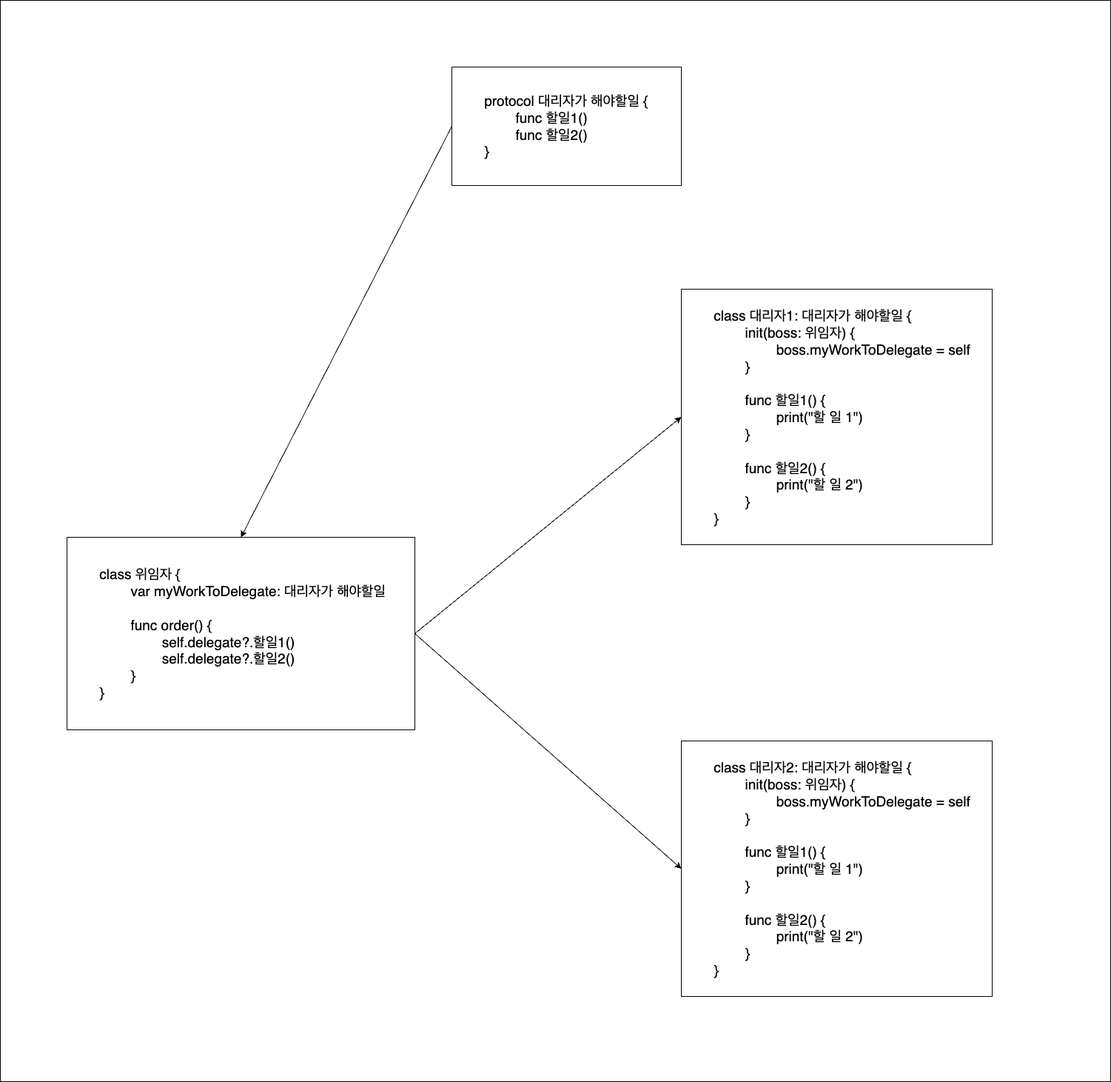
This is DelegatePattern/DelegatePatternPractice.png from KayAhn0126/iOS-Study, a draw.io export, as it was before one commit. Source tidied: cells renumbered, new cells last; positions are measured from the earlier drawing's top-left corner, leaving out a move shared by most shapes.
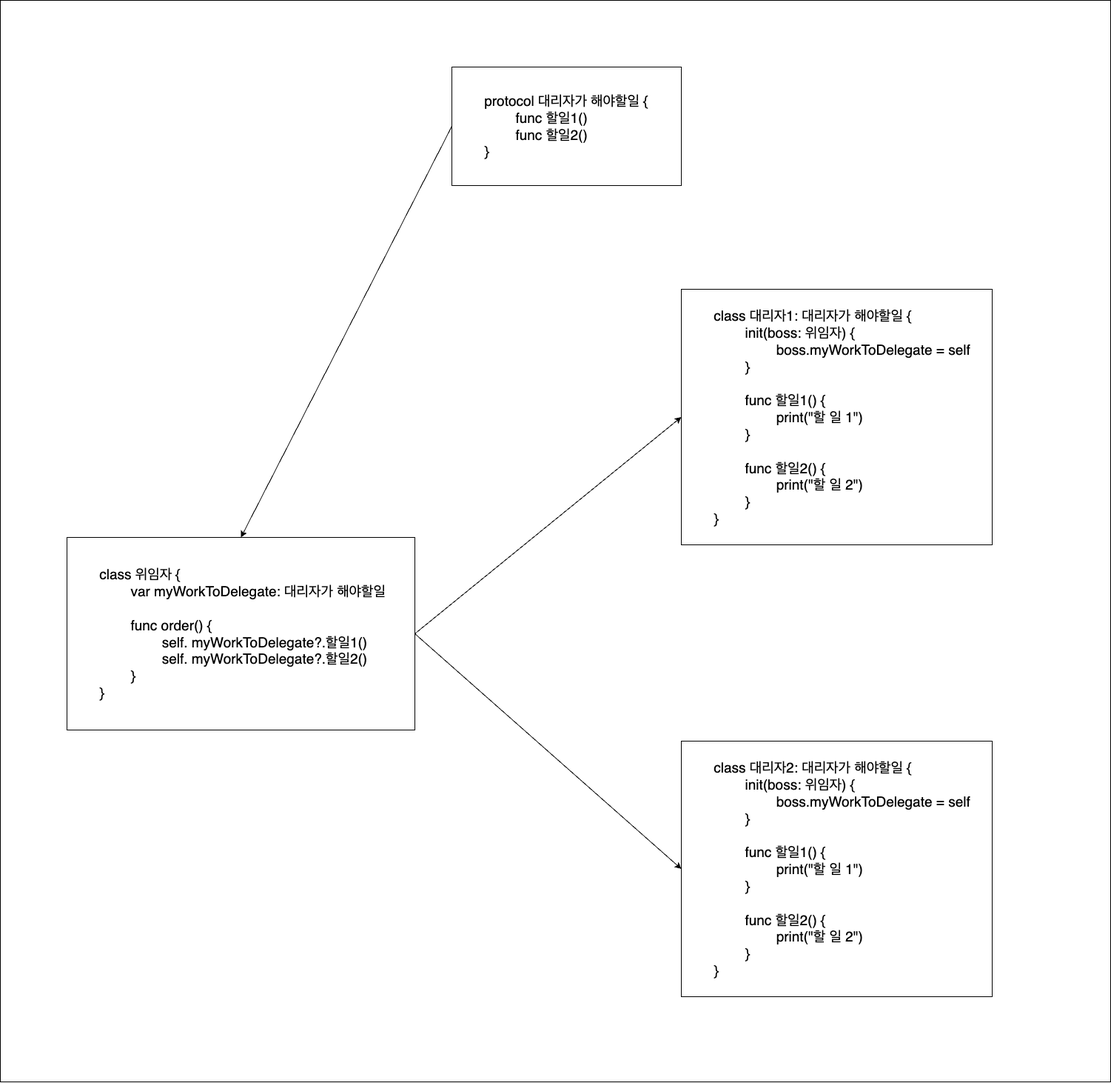
Above is the later version.

Commit message:
refactor: 위임자 클래스 내 오류 수정

Diff of the diagram source:
```diff
@@ -8,7 +8,7 @@
     <mxCell id="3" value="&lt;font style=&quot;font-size: 19px;&quot;&gt;&lt;span style=&quot;white-space: pre;&quot;&gt;&#9;&lt;/span&gt;protocol 대리자가 해야할일 {&lt;br&gt;&lt;span style=&quot;white-space: pre;&quot;&gt;&#9;&lt;span style=&quot;white-space: pre;&quot;&gt;&#9;&lt;/span&gt;&lt;/span&gt;func 할일1()&lt;br&gt;&lt;span style=&quot;white-space: pre;&quot;&gt;&#9;&lt;span style=&quot;white-space: pre;&quot;&gt;&#9;&lt;/span&gt;&lt;/span&gt;func 할일2()&lt;br&gt;&lt;span style=&quot;white-space: pre;&quot;&gt;&#9;&lt;/span&gt;}&lt;/font&gt;" style="rounded=0;whiteSpace=wrap;html=1;align=left;" parent="1" vertex="1">
       <mxGeometry x="610" y="90" width="310" height="160" as="geometry" />
     </mxCell>
-    <mxCell id="4" value="&lt;span style=&quot;white-space: pre;&quot;&gt;&#9;&lt;/span&gt;class 위임자 {&lt;br&gt;&lt;span style=&quot;white-space: pre;&quot;&gt;&#9;&lt;span style=&quot;white-space: pre;&quot;&gt;&#9;&lt;/span&gt;&lt;/span&gt;var myWorkToDelegate: 대리자가 해야할일&lt;br&gt;&lt;span style=&quot;white-space: pre;&quot;&gt;&#9;&lt;/span&gt;&lt;br&gt;&lt;span style=&quot;white-space: pre;&quot;&gt;&#9;&lt;span style=&quot;white-space: pre;&quot;&gt;&#9;&lt;/span&gt;f&lt;/span&gt;unc order() {&lt;br&gt;&lt;span style=&quot;white-space: pre;&quot;&gt;&#9;&lt;/span&gt;&lt;span style=&quot;white-space: pre;&quot;&gt;&#9;&lt;/span&gt;&lt;span style=&quot;white-space: pre;&quot;&gt;&#9;&lt;/span&gt;self.delegate?.할일1()&lt;br&gt;&lt;span style=&quot;white-space: pre;&quot;&gt;&#9;&lt;/span&gt;&lt;span style=&quot;white-space: pre;&quot;&gt;&#9;&lt;/span&gt;&lt;span style=&quot;white-space: pre;&quot;&gt;&#9;&lt;/span&gt;self.delegate?.할일2()&lt;br&gt;&lt;span style=&quot;white-space: pre;&quot;&gt;&#9;&lt;/span&gt;&lt;span style=&quot;white-space: pre;&quot;&gt;&#9;&lt;/span&gt;}&lt;br&gt;&lt;span style=&quot;white-space: pre;&quot;&gt;&#9;&lt;/span&gt;}" style="rounded=0;whiteSpace=wrap;html=1;fontSize=19;align=left;" parent="1" vertex="1">
+    <mxCell id="4" value="&lt;span style=&quot;white-space: pre;&quot;&gt;&#9;&lt;/span&gt;class 위임자 {&lt;br&gt;&lt;span style=&quot;&quot;&gt;&#9;&lt;span style=&quot;&quot;&gt;&#9;&lt;/span&gt;&lt;/span&gt;&lt;span style=&quot;white-space: pre;&quot;&gt;&#9;&lt;span style=&quot;white-space: pre;&quot;&gt;&#9;&lt;/span&gt;&lt;/span&gt;var myWorkToDelegate: 대리자가 해야할일&lt;br&gt;&lt;span style=&quot;&quot;&gt;&#9;&lt;/span&gt;&lt;br&gt;&lt;span style=&quot;&quot;&gt;&#9;&lt;span style=&quot;&quot;&gt;&#9;&lt;/span&gt;&lt;span style=&quot;white-space: pre;&quot;&gt;&#9;&lt;span style=&quot;white-space: pre;&quot;&gt;&#9;&lt;/span&gt;&lt;/span&gt;f&lt;/span&gt;unc order() {&lt;br&gt;&lt;span style=&quot;&quot;&gt;&#9;&lt;/span&gt;&lt;span style=&quot;&quot;&gt;&#9;&lt;/span&gt;&lt;span style=&quot;&quot;&gt;&#9;&lt;/span&gt;&lt;span style=&quot;white-space: pre;&quot;&gt;&#9;&lt;/span&gt;&lt;span style=&quot;white-space: pre;&quot;&gt;&#9;&lt;span style=&quot;white-space: pre;&quot;&gt;&#9;&lt;/span&gt;&lt;/span&gt;self.&amp;nbsp;myWorkToDelegate?.할일1()&lt;br&gt;&lt;span style=&quot;&quot;&gt;&#9;&lt;/span&gt;&lt;span style=&quot;&quot;&gt;&#9;&lt;/span&gt;&lt;span style=&quot;&quot;&gt;&#9;&lt;/span&gt;&lt;span style=&quot;white-space: pre;&quot;&gt;&#9;&lt;/span&gt;&lt;span style=&quot;white-space: pre;&quot;&gt;&#9;&lt;span style=&quot;white-space: pre;&quot;&gt;&#9;&lt;/span&gt;&lt;/span&gt;self.&amp;nbsp;myWorkToDelegate?.할일2()&lt;br&gt;&lt;span style=&quot;&quot;&gt;&#9;&lt;/span&gt;&lt;span style=&quot;&quot;&gt;&#9;&lt;/span&gt;&lt;span style=&quot;white-space: pre;&quot;&gt;&#9;&lt;span style=&quot;white-space: pre;&quot;&gt;&#9;&lt;/span&gt;&lt;/span&gt;}&lt;br&gt;&lt;span style=&quot;white-space: pre;&quot;&gt;&#9;&lt;/span&gt;}" style="rounded=0;whiteSpace=wrap;html=1;fontSize=19;align=left;" parent="1" vertex="1">
       <mxGeometry x="90" y="725" width="470" height="260" as="geometry" />
     </mxCell>
     <mxCell id="5" value="&lt;span style=&quot;white-space: pre;&quot;&gt;&#9;&lt;/span&gt;class 대리자1: 대리자가 해야할일 {&lt;br&gt;&lt;span style=&quot;white-space: pre;&quot;&gt;&#9;&lt;span style=&quot;white-space: pre;&quot;&gt;&#9;&lt;/span&gt;i&lt;/span&gt;nit(boss: 위임자) {&lt;br&gt;&lt;span style=&quot;white-space: pre;&quot;&gt;&#9;&lt;/span&gt;&lt;span style=&quot;white-space: pre;&quot;&gt;&#9;&lt;/span&gt;&lt;span style=&quot;white-space: pre;&quot;&gt;&#9;&lt;/span&gt;boss.myWorkToDelegate = self&lt;br&gt;&lt;span style=&quot;white-space: pre;&quot;&gt;&#9;&lt;/span&gt;&lt;span style=&quot;white-space: pre;&quot;&gt;&#9;&lt;/span&gt;}&lt;br&gt;&lt;span style=&quot;white-space: pre;&quot;&gt;&#9;&lt;/span&gt;&lt;br&gt;&lt;span style=&quot;white-space: pre;&quot;&gt;&#9;&lt;span style=&quot;white-space: pre;&quot;&gt;&#9;&lt;/span&gt;&lt;/span&gt;func 할일1() {&lt;br&gt;&lt;span style=&quot;white-space: pre;&quot;&gt;&#9;&lt;/span&gt;&lt;span style=&quot;white-space: pre;&quot;&gt;&#9;&lt;/span&gt;&lt;span style=&quot;white-space: pre;&quot;&gt;&#9;&lt;/span&gt;print(&quot;할 일 1&quot;)&lt;br&gt;&lt;span style=&quot;white-space: pre;&quot;&gt;&#9;&lt;span style=&quot;white-space: pre;&quot;&gt;&#9;&lt;/span&gt;&lt;/span&gt;}&lt;br&gt;&lt;span style=&quot;white-space: pre;&quot;&gt;&#9;&lt;/span&gt;&lt;span style=&quot;white-space: pre;&quot;&gt;&#9;&lt;/span&gt;&lt;br&gt;&lt;span style=&quot;white-space: pre;&quot;&gt;&#9;&lt;/span&gt;&lt;span style=&quot;white-space: pre;&quot;&gt;&#9;&lt;/span&gt;func 할일2() {&lt;br&gt;&lt;span style=&quot;white-space: pre;&quot;&gt;&#9;&lt;/span&gt;&lt;span style=&quot;white-space: pre;&quot;&gt;&#9;&lt;/span&gt;&lt;span style=&quot;white-space: pre;&quot;&gt;&#9;&lt;/span&gt;print(&quot;할 일 2&quot;)&lt;br&gt;&lt;span style=&quot;white-space: pre;&quot;&gt;&#9;&lt;/span&gt;&lt;span style=&quot;white-space: pre;&quot;&gt;&#9;&lt;/span&gt;}&lt;br&gt;&lt;span style=&quot;white-space: pre;&quot;&gt;&#9;&lt;/span&gt;}" style="rounded=0;whiteSpace=wrap;html=1;fontSize=19;align=left;" parent="1" vertex="1">
```
